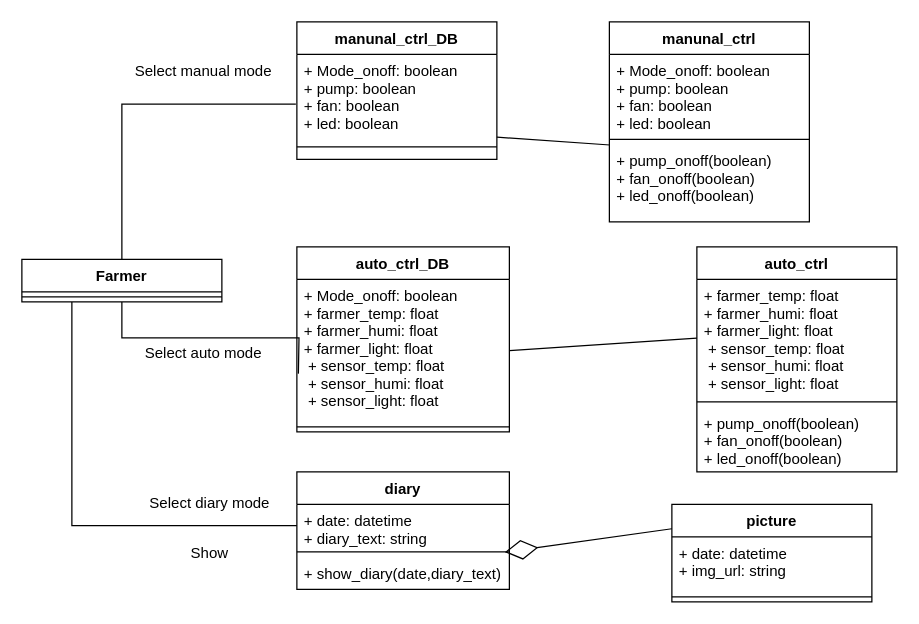
Above: 5주차/class_dg.drawio in sonmyungwon/Software-Development (draw.io), before the change. Source tidied: cells renumbered, new cells numbered last; positions are measured from the earlier drawing's top-left corner, leaving out a move shared by most shapes. Both pictures are drawn from the tidied source at 125%, with x=0, y=0 at pixel (21, 21).
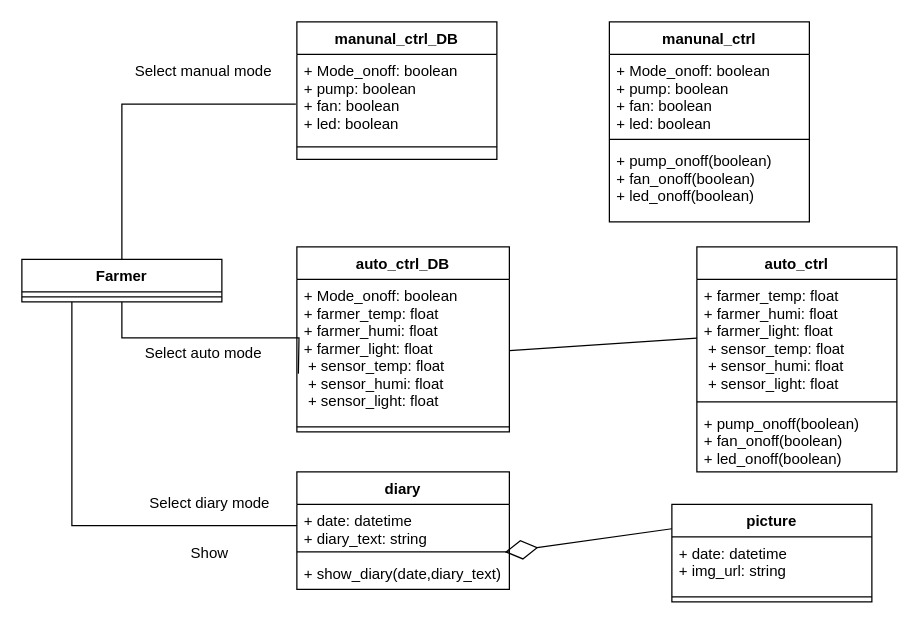
Above is the later version.

The change refers to these unchanged cells:
```xml
<mxCell id="27" value="+ pump_onoff(boolean)&#10;+ fan_onoff(boolean)&#10;+ led_onoff(boolean)" style="text;strokeColor=none;fillColor=none;align=left;verticalAlign=top;spacingLeft=4;spacingRight=4;overflow=hidden;points=[[0,0.5],[1,0.5]];portConstraint=eastwest;" parent="24" vertex="1">
  <mxGeometry y="98" width="160" height="62" as="geometry" />
</mxCell>
```

Diff of the diagram source:
```diff
@@
-    <mxCell id="28" style="endArrow=none;html=1;rounded=0;entryX=1;entryY=0.008;entryDx=0;entryDy=0;entryPerimeter=0;exitX=0.003;exitY=0.008;exitDx=0;exitDy=0;exitPerimeter=0;" parent="1" edge="1" source="27">
-      <mxGeometry relative="1" as="geometry">
-        <mxPoint x="380" y="92.2" as="targetPoint" />
-      </mxGeometry>
-    </mxCell>
```
